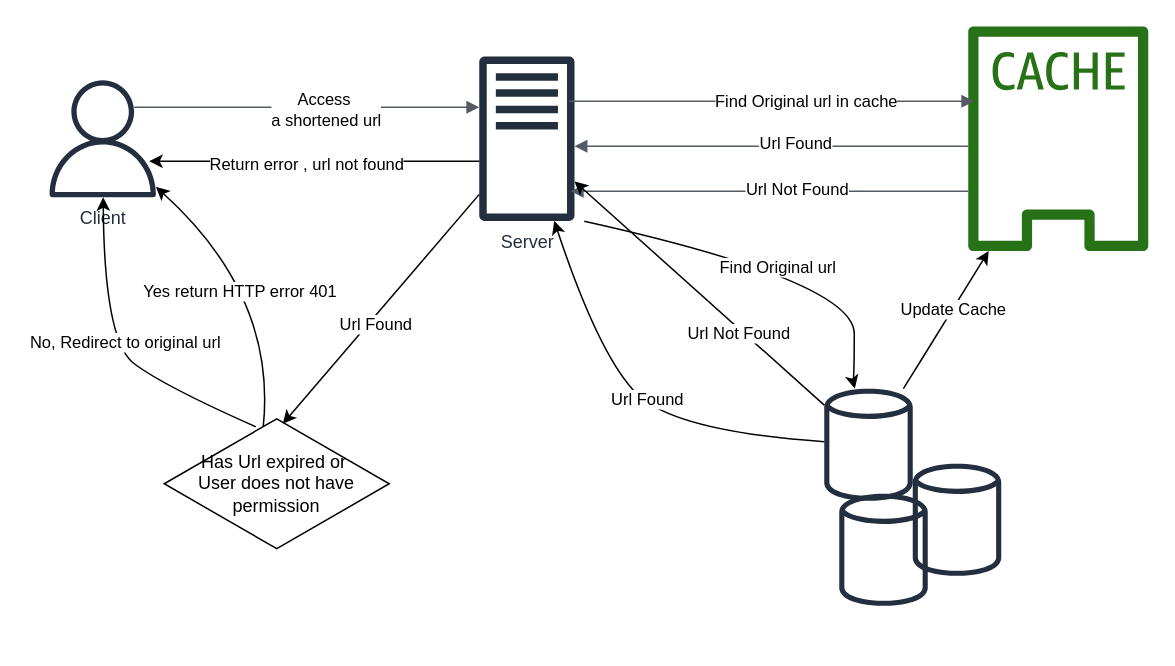
Before: RequestFlowForAccessingAShortenedUrl.drawio in PankajSAgarwal/System-Design, a draw.io diagram. Source tidied: cells renumbered, new cells numbered last; positions are measured from the earlier drawing's top-left corner, leaving out a move shared by most shapes. Both pictures are drawn from the tidied source at 150%, with x=0, y=0 at pixel (44, 26).
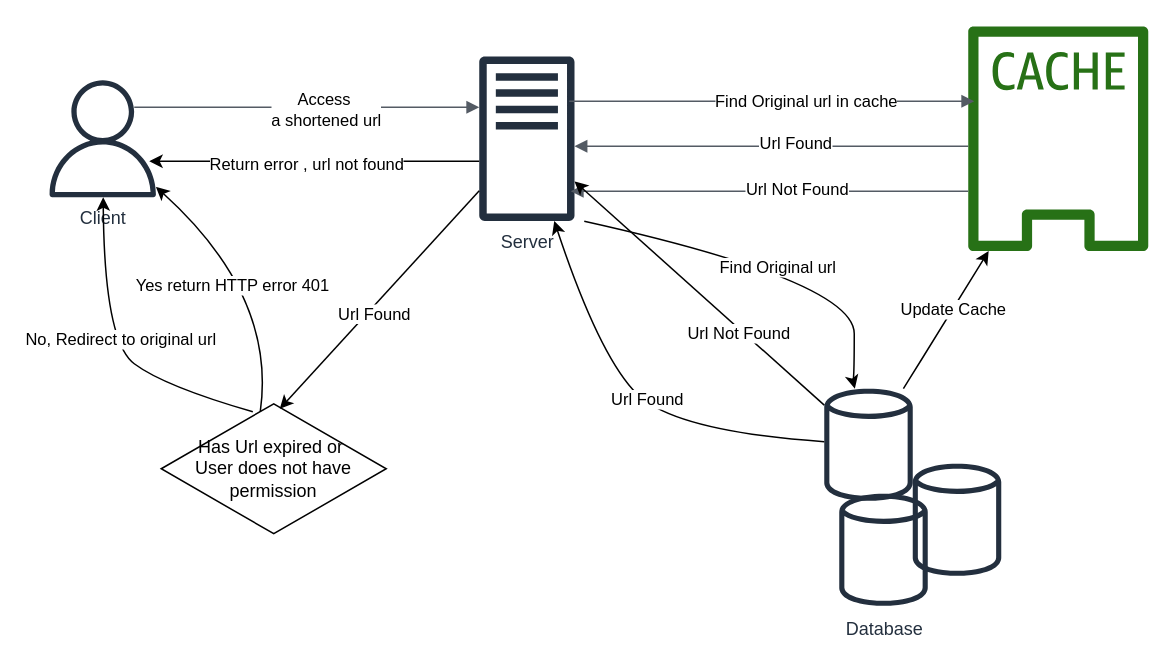
The same diagram, later.

Diff of the diagram source:
```diff
@@
-    <mxCell id="5" style="fontColor=#232F3E;gradientColor=none;fillColor=#232F3E;strokeColor=none;dashed=0;verticalLabelPosition=bottom;verticalAlign=top;align=center;html=1;fontSize=12;fontStyle=0;shape=mxgraph.aws4.generic_database;" parent="1" vertex="1">
+    <mxCell id="5" value="Database" style="fontColor=#232F3E;gradientColor=none;fillColor=#232F3E;strokeColor=none;dashed=0;verticalLabelPosition=bottom;verticalAlign=top;align=center;html=1;fontSize=12;fontStyle=0;shape=mxgraph.aws4.generic_database;" parent="1" vertex="1">
       <mxGeometry x="530" y="310" width="59" height="78" as="geometry" />
     </mxCell>
@@
     <mxCell id="16" value="Has Url expired or&amp;nbsp;&lt;br&gt;User does not have permission" style="html=1;whiteSpace=wrap;shape=isoRectangle;" parent="1" vertex="1">
-      <mxGeometry x="80" y="260" width="150" height="90" as="geometry" />
+      <mxGeometry x="78" y="250" width="150" height="90" as="geometry" />
     </mxCell>
```
